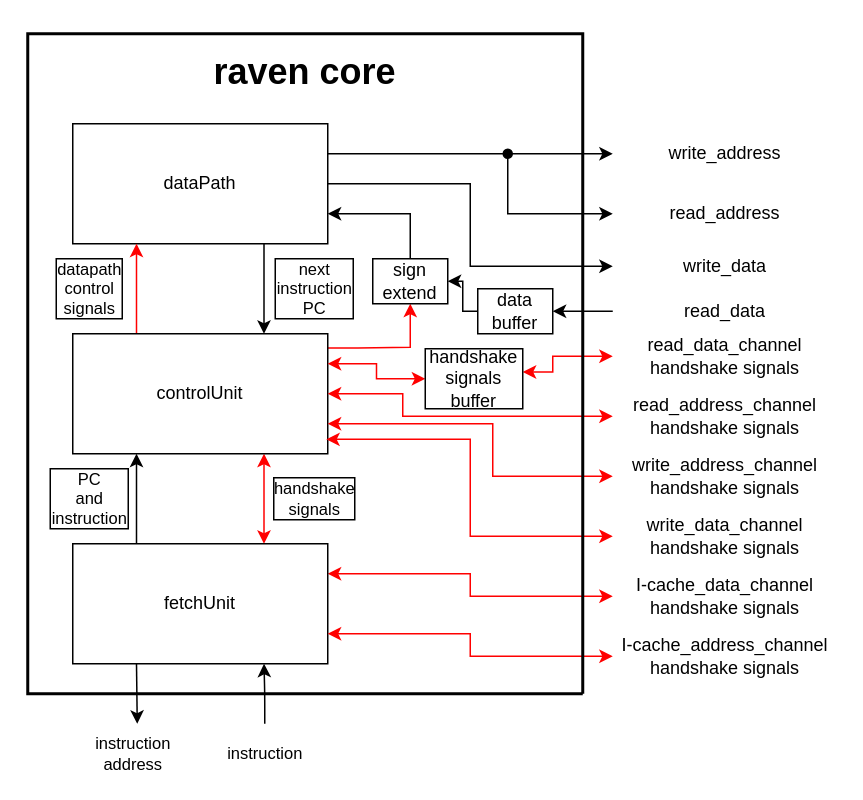
Before: page "raven_core" (3 of 4) of raven_core/block_diagrum/raven_core_block_diagrum.drawio in Kaveesha-98/065-538-720-GNC, a draw.io diagram. Source tidied: cells renumbered, new cells numbered last; positions are measured from the earlier drawing's top-left corner, leaving out a move shared by most shapes. Both pictures are drawn from the tidied source at 150%, with x=0, y=0 at pixel (27, 33).
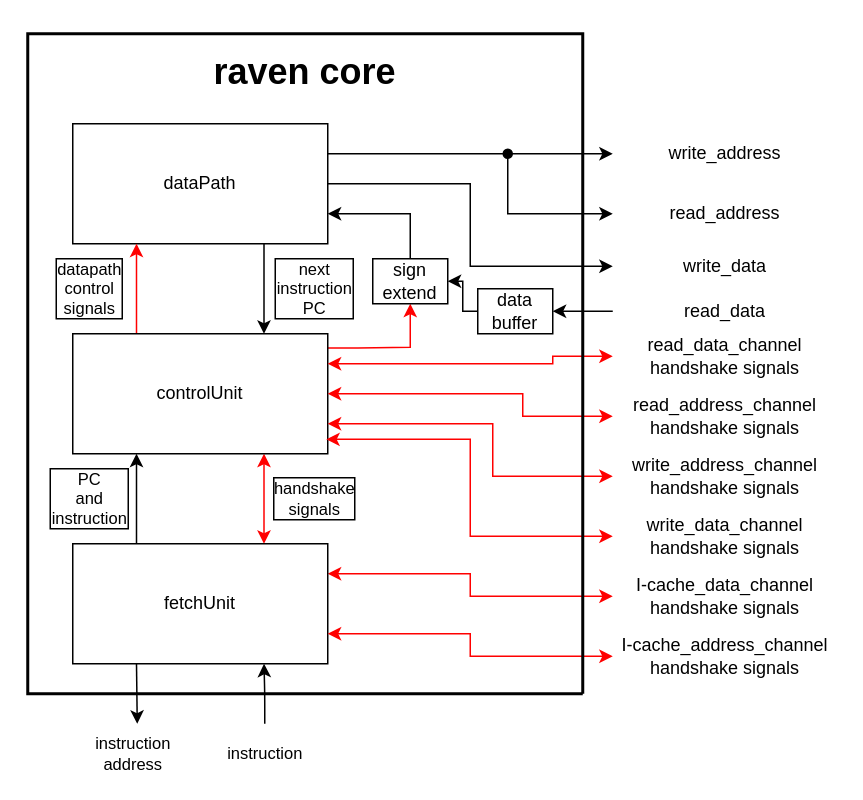
The same page after the edit.

Commit message (it also covers changes not shown here):
removed 1 cycle delay in read data handshake

Unchanged cells that the change refers to:
```xml
<mxCell id="9" value="controlUnit" style="rounded=0;whiteSpace=wrap;html=1;" parent="1" vertex="1">
  <mxGeometry x="30" y="200" width="170" height="80" as="geometry" />
</mxCell>
<mxCell id="27" value="read_data_channel&lt;br&gt;handshake signals" style="text;html=1;strokeColor=none;fillColor=none;align=center;verticalAlign=middle;whiteSpace=wrap;rounded=0;" parent="1" vertex="1">
  <mxGeometry x="390" y="200" width="150" height="30" as="geometry" />
</mxCell>
<mxCell id="31" value="read_address_channel&lt;br&gt;handshake signals" style="text;html=1;strokeColor=none;fillColor=none;align=center;verticalAlign=middle;whiteSpace=wrap;rounded=0;" parent="1" vertex="1">
  <mxGeometry x="390" y="240" width="150" height="30" as="geometry" />
</mxCell>
```

Diff of the diagram source:
```diff
@@
-    <mxCell id="26" style="edgeStyle=orthogonalEdgeStyle;rounded=0;jettySize=auto;html=1;entryX=1;entryY=0.25;entryDx=0;entryDy=0;labelBorderColor=default;startArrow=classic;startFill=1;strokeColor=#FF0000;exitX=0;exitY=0.5;exitDx=0;exitDy=0;" parent="1" edge="1" source="29" target="9">
-      <mxGeometry relative="1" as="geometry" />
-    </mxCell>
@@
-    <mxCell id="28" style="edgeStyle=orthogonalEdgeStyle;rounded=0;jettySize=auto;html=1;exitX=1;exitY=0.387;exitDx=0;exitDy=0;entryX=0;entryY=0.5;entryDx=0;entryDy=0;labelBorderColor=default;startArrow=classic;startFill=1;strokeColor=#FF0000;exitPerimeter=0;" parent="1" edge="1" source="29" target="27">
+    <mxCell id="28" style="edgeStyle=orthogonalEdgeStyle;rounded=0;jettySize=auto;html=1;exitX=1;exitY=0.25;exitDx=0;exitDy=0;entryX=0;entryY=0.5;entryDx=0;entryDy=0;labelBorderColor=default;startArrow=classic;startFill=1;strokeColor=#FF0000;" parent="1" edge="1" source="9" target="27">
       <mxGeometry relative="1" as="geometry">
         <Array as="points">
-          <mxPoint x="350" y="226" />
+          <mxPoint x="350" y="220" />
           <mxPoint x="350" y="215" />
         </Array>
       </mxGeometry>
     </mxCell>
-    <mxCell id="29" value="handshake&lt;br&gt;signals&lt;br&gt;buffer" style="rounded=0;whiteSpace=wrap;html=1;" parent="1" vertex="1">
-      <mxGeometry x="265" y="210" width="65" height="40" as="geometry" />
-    </mxCell>
     <mxCell id="30" style="edgeStyle=orthogonalEdgeStyle;rounded=0;jettySize=auto;html=1;exitX=0;exitY=0.5;exitDx=0;exitDy=0;labelBorderColor=default;startArrow=classic;startFill=1;strokeColor=#FF0000;" parent="1" edge="1" source="31" target="9">
       <mxGeometry relative="1" as="geometry">
         <Array as="points">
-          <mxPoint x="250" y="255" />
-          <mxPoint x="250" y="240" />
+          <mxPoint x="330" y="255" />
+          <mxPoint x="330" y="240" />
         </Array>
       </mxGeometry>
     </mxCell>
```
